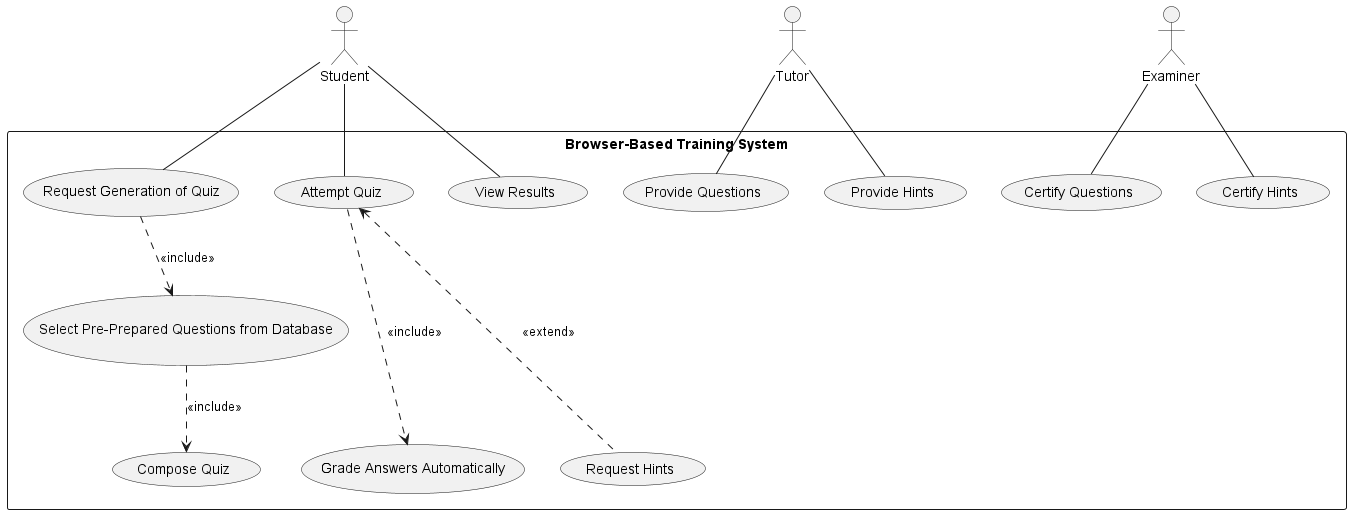
This is 4-uml/ex1_browser_based_training_system.png from bartwc/SoftwareSystems, a PlantUML export, as it was before one commit. Its diagram source:
```plantuml
@startuml browser-based_training_system
top to bottom direction

actor Student
actor Tutor

rectangle "Browser-Based Training System" {
    usecase "Request Generation of Quiz" as request_quiz
    usecase "Select Pre-Prepared Questions from Database" as select_questions
    usecase "Compose Quiz" as compose_quiz
    usecase "Attempt Quiz" as attempt_quiz
    usecase "Request Hints" as request_hints
    usecase "Grade Answers Automatically" as grade_automatically
    usecase "View Results" as view_results
    usecase "Provide Questions" as provide_questions
    usecase "Provide Hints" as provide_hints
    usecase "Certify Questions" as certify_questions
    usecase "Certify Hints" as certify_hints
}

Student -- request_quiz
request_quiz ..> select_questions: <<include>>
select_questions ..> compose_quiz: <<include>>
Student -- attempt_quiz
attempt_quiz <... request_hints: <<extend>>
attempt_quiz ...> grade_automatically: <<include>>
Student -- view_results
Tutor -- provide_questions
Tutor -- provide_hints
Examiner -- certify_questions
Examiner -- certify_hints

@enduml
```
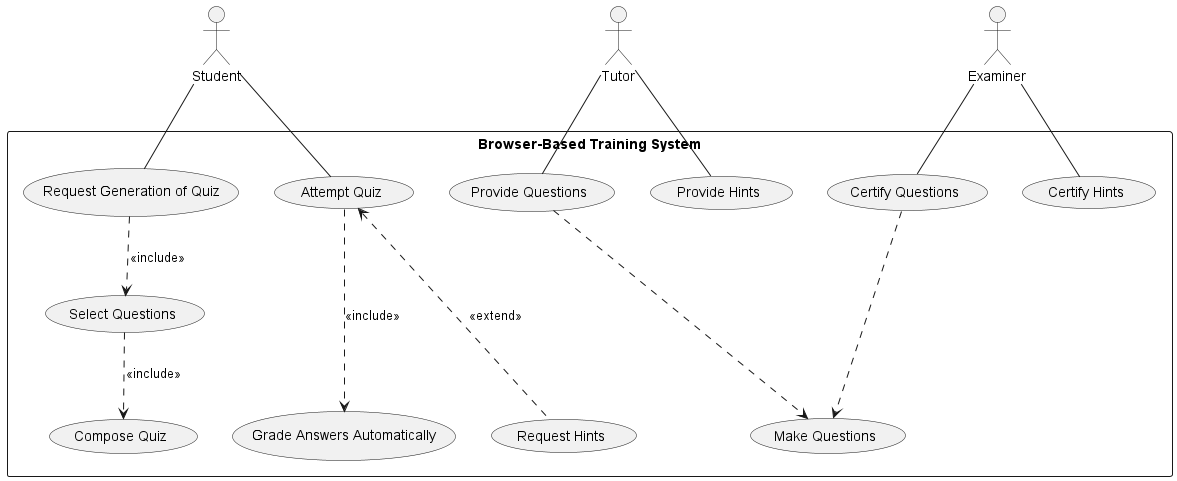
After the commit.

Change to the diagram source:
```diff
@@ -3,19 +3,20 @@
 
 actor Student
 actor Tutor
+actor Examiner
 
 rectangle "Browser-Based Training System" {
     usecase "Request Generation of Quiz" as request_quiz
-    usecase "Select Pre-Prepared Questions from Database" as select_questions
+    usecase "Select Questions" as select_questions
     usecase "Compose Quiz" as compose_quiz
     usecase "Attempt Quiz" as attempt_quiz
     usecase "Request Hints" as request_hints
     usecase "Grade Answers Automatically" as grade_automatically
-    usecase "View Results" as view_results
     usecase "Provide Questions" as provide_questions
     usecase "Provide Hints" as provide_hints
     usecase "Certify Questions" as certify_questions
     usecase "Certify Hints" as certify_hints
+    usecase "Make Questions" as make_questions
 }
 
 Student -- request_quiz
@@ -24,10 +25,11 @@
 Student -- attempt_quiz
 attempt_quiz <... request_hints: <<extend>>
 attempt_quiz ...> grade_automatically: <<include>>
-Student -- view_results
 Tutor -- provide_questions
+provide_questions ...> make_questions
 Tutor -- provide_hints
 Examiner -- certify_questions
+certify_questions ...> make_questions
 Examiner -- certify_hints
 
 @enduml
```
